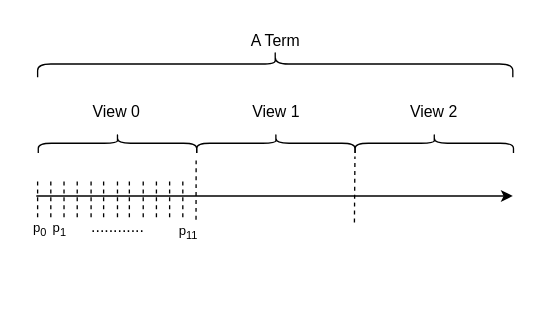
alex031029/CPChainRelatedFiles keeps this draw.io diagram as Term, view and proposer.drawio. Above is the earlier version. Source tidied: cells renumbered, new cells numbered last; positions are measured from the earlier drawing's top-left corner, leaving out a move shared by most shapes. Both pictures are drawn from the tidied source at 132%, with x=0, y=0 at pixel (24, -174).
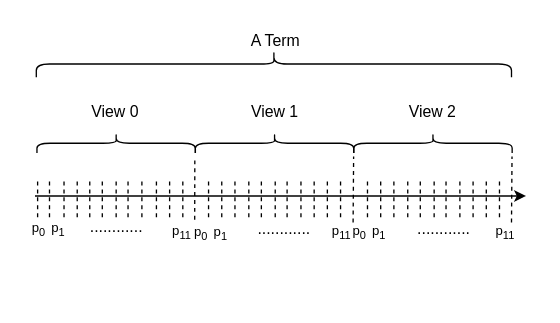
The same diagram, later.

What changed in the source:
```diff
@@
     <mxCell id="2" style="group;" parent="1" vertex="1">
-      <mxGeometry x="9" y="160" width="361" height="200" as="geometry" />
+      <mxGeometry x="8" y="160" width="374.9" height="200" as="geometry" />
     </mxCell>
     <mxCell id="3" style="endArrow=classic;html=1;" parent="2" edge="1">
       <mxGeometry relative="1" as="geometry">
         <mxPoint y="120" as="sourcePoint" />
-        <mxPoint x="361" y="120" as="targetPoint" />
+        <mxPoint x="372" y="120" as="targetPoint" />
       </mxGeometry>
     </mxCell>
@@
     <mxCell id="21" value="&lt;font style=&quot;font-size: 10px&quot;&gt;p&lt;sub&gt;11&lt;/sub&gt;&lt;sub&gt;&lt;br style=&quot;font-size: 10px&quot;&gt;&lt;/sub&gt;&lt;/font&gt;" style="text;html=1;strokeColor=none;fillColor=none;align=center;verticalAlign=middle;whiteSpace=wrap;rounded=0;" parent="2" vertex="1">
-      <mxGeometry x="96" y="136" width="39" height="20" as="geometry" />
+      <mxGeometry x="92" y="136" width="39" height="20" as="geometry" />
     </mxCell>
+    <mxCell id="29" style="endArrow=none;dashed=1;html=1;" parent="2" edge="1">
+      <mxGeometry relative="1" as="geometry">
+        <mxPoint x="131.5" y="136" as="sourcePoint" />
+        <mxPoint x="131.5" y="106" as="targetPoint" />
+      </mxGeometry>
+    </mxCell>
+    <mxCell id="30" style="endArrow=none;dashed=1;html=1;" parent="2" edge="1">
+      <mxGeometry relative="1" as="geometry">
+        <mxPoint x="162" y="136" as="sourcePoint" />
+        <mxPoint x="162" y="106" as="targetPoint" />
+      </mxGeometry>
+    </mxCell>
+    <mxCell id="31" style="endArrow=none;dashed=1;html=1;" parent="2" edge="1">
+      <mxGeometry relative="1" as="geometry">
+        <mxPoint x="171.5" y="136" as="sourcePoint" />
+        <mxPoint x="171.5" y="106" as="targetPoint" />
+      </mxGeometry>
+    </mxCell>
+    <mxCell id="32" style="endArrow=none;dashed=1;html=1;" parent="2" edge="1">
+      <mxGeometry relative="1" as="geometry">
+        <mxPoint x="201.5" y="136" as="sourcePoint" />
+        <mxPoint x="201.5" y="106" as="targetPoint" />
+      </mxGeometry>
+    </mxCell>
+    <mxCell id="33" style="endArrow=none;dashed=1;html=1;" parent="2" edge="1">
+      <mxGeometry relative="1" as="geometry">
+        <mxPoint x="182" y="136" as="sourcePoint" />
+        <mxPoint x="182" y="106" as="targetPoint" />
+      </mxGeometry>
+    </mxCell>
+    <mxCell id="34" style="endArrow=none;dashed=1;html=1;" parent="2" edge="1">
+      <mxGeometry relative="1" as="geometry">
+        <mxPoint x="191" y="136" as="sourcePoint" />
+        <mxPoint x="191" y="106" as="targetPoint" />
+      </mxGeometry>
+    </mxCell>
+    <mxCell id="35" value="&lt;font style=&quot;font-size: 10px&quot;&gt;p&lt;sub&gt;0&amp;nbsp; &lt;/sub&gt;p&lt;sub&gt;1 &lt;br style=&quot;font-size: 10px&quot;&gt;&lt;/sub&gt;&lt;/font&gt;" style="text;html=1;strokeColor=none;fillColor=none;align=center;verticalAlign=middle;whiteSpace=wrap;rounded=0;" parent="2" vertex="1">
+      <mxGeometry x="113.5" y="137" width="39" height="20" as="geometry" />
+    </mxCell>
+    <mxCell id="36" value="&lt;font style=&quot;font-size: 10px&quot;&gt;p&lt;sub&gt;11&lt;/sub&gt;&lt;sub&gt;&lt;br style=&quot;font-size: 10px&quot;&gt;&lt;/sub&gt;&lt;/font&gt;" style="text;html=1;strokeColor=none;fillColor=none;align=center;verticalAlign=middle;whiteSpace=wrap;rounded=0;" parent="2" vertex="1">
+      <mxGeometry x="212.5" y="136" width="39" height="20" as="geometry" />
+    </mxCell>
+    <mxCell id="37" style="endArrow=none;dashed=1;html=1;" parent="2" edge="1">
+      <mxGeometry relative="1" as="geometry">
+        <mxPoint x="141.5" y="136" as="sourcePoint" />
+        <mxPoint x="141.5" y="106" as="targetPoint" />
+      </mxGeometry>
+    </mxCell>
+    <mxCell id="38" style="endArrow=none;dashed=1;html=1;" parent="2" edge="1">
+      <mxGeometry relative="1" as="geometry">
+        <mxPoint x="151.5" y="136" as="sourcePoint" />
+        <mxPoint x="151.5" y="106" as="targetPoint" />
+      </mxGeometry>
+    </mxCell>
+    <mxCell id="39" style="endArrow=none;dashed=1;html=1;" parent="2" edge="1">
+      <mxGeometry relative="1" as="geometry">
+        <mxPoint x="211.5" y="136" as="sourcePoint" />
+        <mxPoint x="211.5" y="106" as="targetPoint" />
+      </mxGeometry>
+    </mxCell>
+    <mxCell id="40" style="endArrow=none;dashed=1;html=1;" parent="2" edge="1">
+      <mxGeometry relative="1" as="geometry">
+        <mxPoint x="221.5" y="136" as="sourcePoint" />
+        <mxPoint x="221.5" y="106" as="targetPoint" />
+      </mxGeometry>
+    </mxCell>
+    <mxCell id="41" style="endArrow=none;dashed=1;html=1;" parent="2" edge="1">
+      <mxGeometry relative="1" as="geometry">
+        <mxPoint x="231.5" y="136" as="sourcePoint" />
+        <mxPoint x="231.5" y="106" as="targetPoint" />
+      </mxGeometry>
+    </mxCell>
+    <mxCell id="42" style="endArrow=none;dashed=1;html=1;" parent="2" edge="1">
+      <mxGeometry relative="1" as="geometry">
+        <mxPoint x="251.9" y="136" as="sourcePoint" />
+        <mxPoint x="251.9" y="106" as="targetPoint" />
+      </mxGeometry>
+    </mxCell>
+    <mxCell id="43" style="endArrow=none;dashed=1;html=1;" parent="2" edge="1">
+      <mxGeometry relative="1" as="geometry">
+        <mxPoint x="282.4" y="136" as="sourcePoint" />
+        <mxPoint x="282.4" y="106" as="targetPoint" />
+      </mxGeometry>
+    </mxCell>
+    <mxCell id="44" style="endArrow=none;dashed=1;html=1;" parent="2" edge="1">
+      <mxGeometry relative="1" as="geometry">
+        <mxPoint x="291.9" y="136" as="sourcePoint" />
+        <mxPoint x="291.9" y="106" as="targetPoint" />
+      </mxGeometry>
+    </mxCell>
+    <mxCell id="45" style="endArrow=none;dashed=1;html=1;" parent="2" edge="1">
+      <mxGeometry relative="1" as="geometry">
+        <mxPoint x="321.9" y="136" as="sourcePoint" />
+        <mxPoint x="321.9" y="106" as="targetPoint" />
+      </mxGeometry>
+    </mxCell>
+    <mxCell id="46" style="endArrow=none;dashed=1;html=1;" parent="2" edge="1">
+      <mxGeometry relative="1" as="geometry">
+        <mxPoint x="302.4" y="136" as="sourcePoint" />
+        <mxPoint x="302.4" y="106" as="targetPoint" />
+      </mxGeometry>
+    </mxCell>
+    <mxCell id="47" style="endArrow=none;dashed=1;html=1;" parent="2" edge="1">
+      <mxGeometry relative="1" as="geometry">
+        <mxPoint x="311.4" y="136" as="sourcePoint" />
+        <mxPoint x="311.4" y="106" as="targetPoint" />
+      </mxGeometry>
+    </mxCell>
+    <mxCell id="48" value="&lt;font style=&quot;font-size: 10px&quot;&gt;p&lt;sub&gt;0&amp;nbsp; &lt;/sub&gt;p&lt;sub&gt;1 &lt;br style=&quot;font-size: 10px&quot;&gt;&lt;/sub&gt;&lt;/font&gt;" style="text;html=1;strokeColor=none;fillColor=none;align=center;verticalAlign=middle;whiteSpace=wrap;rounded=0;" parent="2" vertex="1">
+      <mxGeometry x="233.9" y="136" width="39" height="20" as="geometry" />
+    </mxCell>
+    <mxCell id="49" value="&lt;font style=&quot;font-size: 10px&quot;&gt;p&lt;sub&gt;11&lt;/sub&gt;&lt;sub&gt;&lt;br style=&quot;font-size: 10px&quot;&gt;&lt;/sub&gt;&lt;/font&gt;" style="text;html=1;strokeColor=none;fillColor=none;align=center;verticalAlign=middle;whiteSpace=wrap;rounded=0;" parent="2" vertex="1">
+      <mxGeometry x="336.9" y="136" width="39" height="20" as="geometry" />
+    </mxCell>
+    <mxCell id="50" style="endArrow=none;dashed=1;html=1;" parent="2" edge="1">
+      <mxGeometry relative="1" as="geometry">
+        <mxPoint x="261.9" y="136" as="sourcePoint" />
+        <mxPoint x="261.9" y="106" as="targetPoint" />
+      </mxGeometry>
+    </mxCell>
+    <mxCell id="51" style="endArrow=none;dashed=1;html=1;" parent="2" edge="1">
+      <mxGeometry relative="1" as="geometry">
+        <mxPoint x="271.9" y="136" as="sourcePoint" />
+        <mxPoint x="271.9" y="106" as="targetPoint" />
+      </mxGeometry>
+    </mxCell>
+    <mxCell id="52" style="endArrow=none;dashed=1;html=1;" parent="2" edge="1">
+      <mxGeometry relative="1" as="geometry">
+        <mxPoint x="331.9" y="136" as="sourcePoint" />
+        <mxPoint x="331.9" y="106" as="targetPoint" />
+      </mxGeometry>
+    </mxCell>
+    <mxCell id="53" style="endArrow=none;dashed=1;html=1;" parent="2" edge="1">
+      <mxGeometry relative="1" as="geometry">
+        <mxPoint x="341.9" y="136" as="sourcePoint" />
+        <mxPoint x="341.9" y="106" as="targetPoint" />
+      </mxGeometry>
+    </mxCell>
+    <mxCell id="54" style="endArrow=none;dashed=1;html=1;" parent="2" edge="1">
+      <mxGeometry relative="1" as="geometry">
+        <mxPoint x="351.9" y="136" as="sourcePoint" />
+        <mxPoint x="351.9" y="106" as="targetPoint" />
+      </mxGeometry>
+    </mxCell>
+    <mxCell id="55" style="endArrow=none;dashed=1;html=1;" parent="2" edge="1">
+      <mxGeometry relative="1" as="geometry">
+        <mxPoint x="361" y="140" as="sourcePoint" />
+        <mxPoint x="361.4" y="90" as="targetPoint" />
+      </mxGeometry>
+    </mxCell>
+    <mxCell id="56" value="............" style="text;html=1;" parent="2" vertex="1">
+      <mxGeometry x="167" y="131" width="28" height="30" as="geometry" />
+    </mxCell>
+    <mxCell id="57" value="............" style="text;html=1;" parent="2" vertex="1">
+      <mxGeometry x="287.5" y="131" width="28" height="30" as="geometry" />
+    </mxCell>
```
